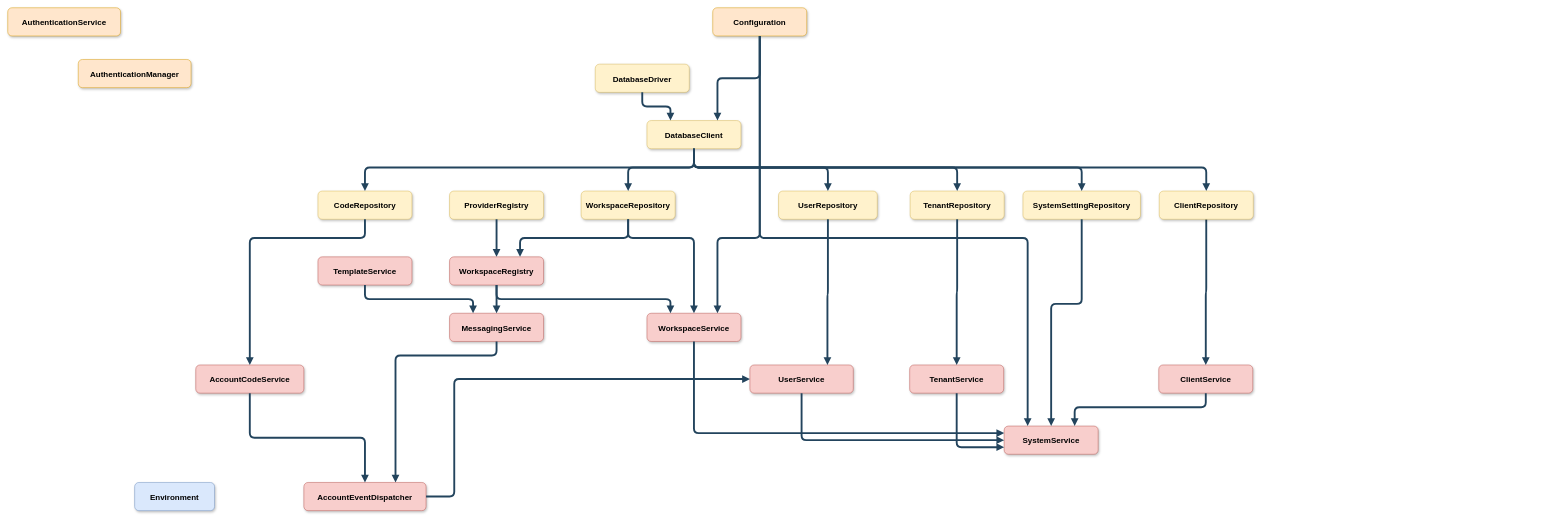
The draw.io diagram docs/dependency-graph.drawio in zcomplex/zauth, before the edit. Source tidied: cells renumbered, new cells numbered last; positions are measured from the earlier drawing's top-left corner, leaving out a move shared by most shapes. Both pictures are drawn from the tidied source at 47%, with x=0, y=0 at pixel (8, 8).
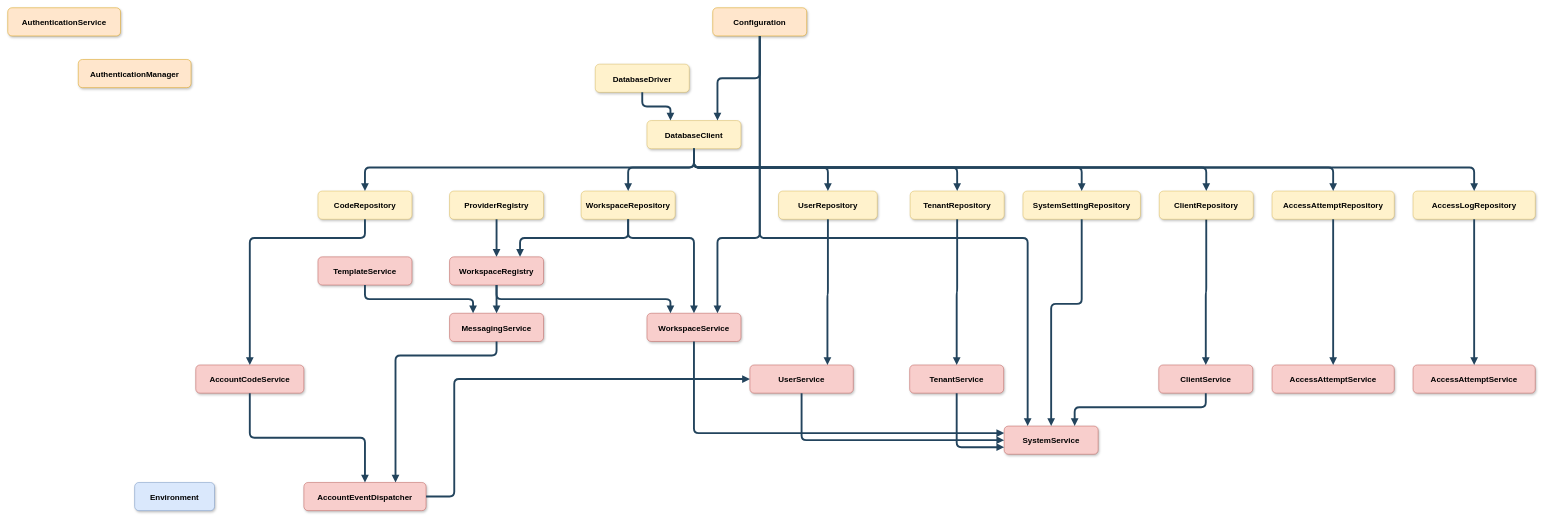
Above is the later version.

Commit message:
dependency graph with access attempt and access log

Unchanged cells that the change refers to:
```xml
<mxCell id="8" value="DatabaseClient" style="rounded=1;fillColor=#fff2cc;strokeColor=#d6b656;shadow=1;fontStyle=1;fontSize=17;" parent="1" vertex="1">
  <mxGeometry x="1360" y="240" width="200" height="60" as="geometry" />
</mxCell>
```

Diff of the diagram source:
```diff
@@
+    <mxCell id="54" value="AccessAttemptRepository" style="rounded=1;fillColor=#fff2cc;strokeColor=#d6b656;shadow=1;fontStyle=1;fontSize=17;" parent="1" vertex="1">
+      <mxGeometry x="2690" y="390" width="260" height="60" as="geometry" />
+    </mxCell>
+    <mxCell id="55" value="AccessLogRepository" style="rounded=1;fillColor=#fff2cc;strokeColor=#d6b656;shadow=1;fontStyle=1;fontSize=17;" parent="1" vertex="1">
+      <mxGeometry x="2990" y="390" width="260" height="60" as="geometry" />
+    </mxCell>
+    <mxCell id="56" style="edgeStyle=elbowEdgeStyle;elbow=vertical;strokeWidth=4;endArrow=block;endFill=1;fontStyle=1;strokeColor=#23445D;entryX=0.5;entryY=0;entryDx=0;entryDy=0;fontSize=17;exitX=0.5;exitY=1;exitDx=0;exitDy=0;" parent="1" edge="1" source="8" target="54">
+      <mxGeometry x="22" y="165.5" as="geometry">
+        <Array as="points">
+          <mxPoint x="2280" y="340" />
+        </Array>
+      </mxGeometry>
+    </mxCell>
+    <mxCell id="57" style="edgeStyle=elbowEdgeStyle;elbow=vertical;strokeWidth=4;endArrow=block;endFill=1;fontStyle=1;strokeColor=#23445D;entryX=0.5;entryY=0;entryDx=0;entryDy=0;fontSize=17;exitX=0.5;exitY=1;exitDx=0;exitDy=0;" parent="1" edge="1" source="8" target="55">
+      <mxGeometry x="22" y="165.5" as="geometry">
+        <Array as="points">
+          <mxPoint x="2840" y="340" />
+        </Array>
+      </mxGeometry>
+    </mxCell>
+    <mxCell id="58" value="AccessAttemptService" style="rounded=1;fillColor=#f8cecc;strokeColor=#b85450;shadow=1;fontStyle=1;fontSize=17;" parent="1" vertex="1">
+      <mxGeometry x="2690" y="760" width="260" height="60" as="geometry" />
+    </mxCell>
+    <mxCell id="59" value="AccessAttemptService" style="rounded=1;fillColor=#f8cecc;strokeColor=#b85450;shadow=1;fontStyle=1;fontSize=17;" parent="1" vertex="1">
+      <mxGeometry x="2990" y="760" width="260" height="60" as="geometry" />
+    </mxCell>
+    <mxCell id="60" style="edgeStyle=elbowEdgeStyle;elbow=vertical;strokeWidth=4;endArrow=block;endFill=1;fontStyle=1;strokeColor=#23445D;exitX=0.5;exitY=1;exitDx=0;exitDy=0;fontSize=17;entryX=0.5;entryY=0;entryDx=0;entryDy=0;" parent="1" edge="1" source="54" target="58">
+      <mxGeometry x="22" y="165.5" as="geometry" />
+    </mxCell>
+    <mxCell id="61" style="edgeStyle=elbowEdgeStyle;elbow=vertical;strokeWidth=4;endArrow=block;endFill=1;fontStyle=1;strokeColor=#23445D;exitX=0.5;exitY=1;exitDx=0;exitDy=0;fontSize=17;entryX=0.5;entryY=0;entryDx=0;entryDy=0;" parent="1" edge="1" source="55" target="59">
+      <mxGeometry x="22" y="165.5" as="geometry" />
+    </mxCell>
```
